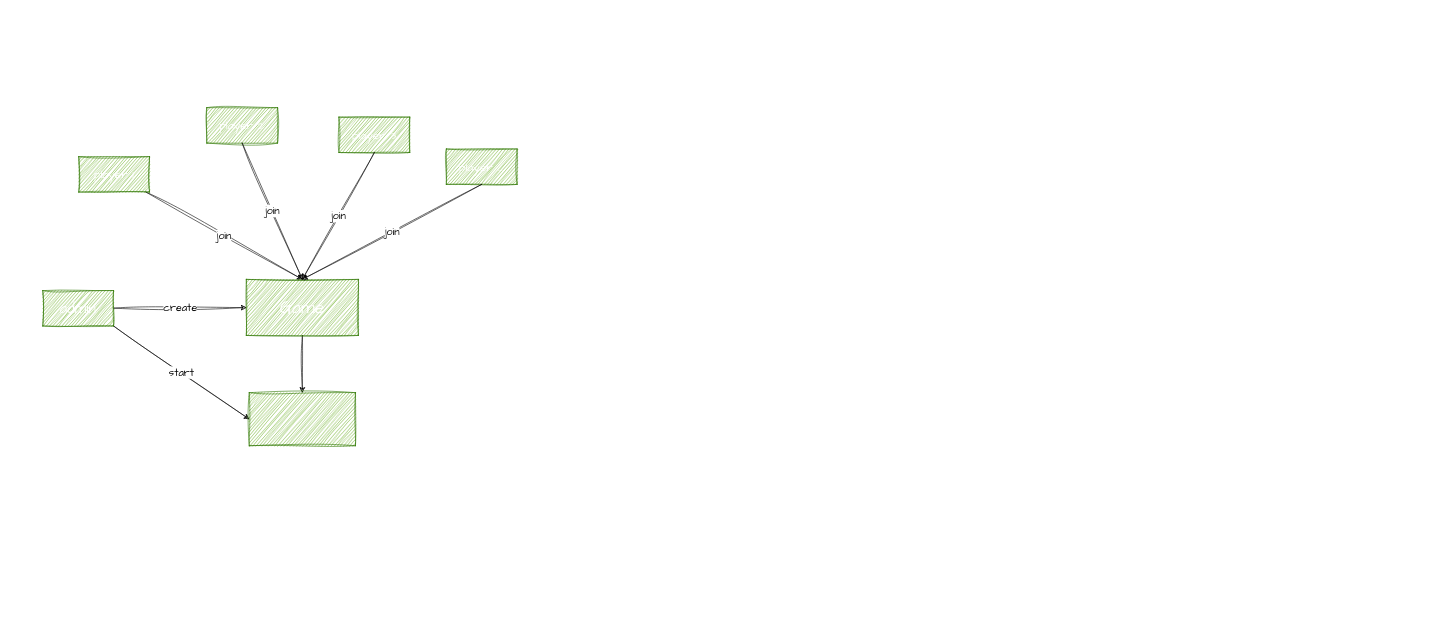
Before: structure.drawio in hoanganh-ng/myhoot, a draw.io diagram. Source tidied: cells renumbered, new cells numbered last; positions are measured from the earlier drawing's top-left corner, leaving out a move shared by most shapes. Both pictures are drawn from the tidied source at 59%, with x=0, y=0 at pixel (42, 107).
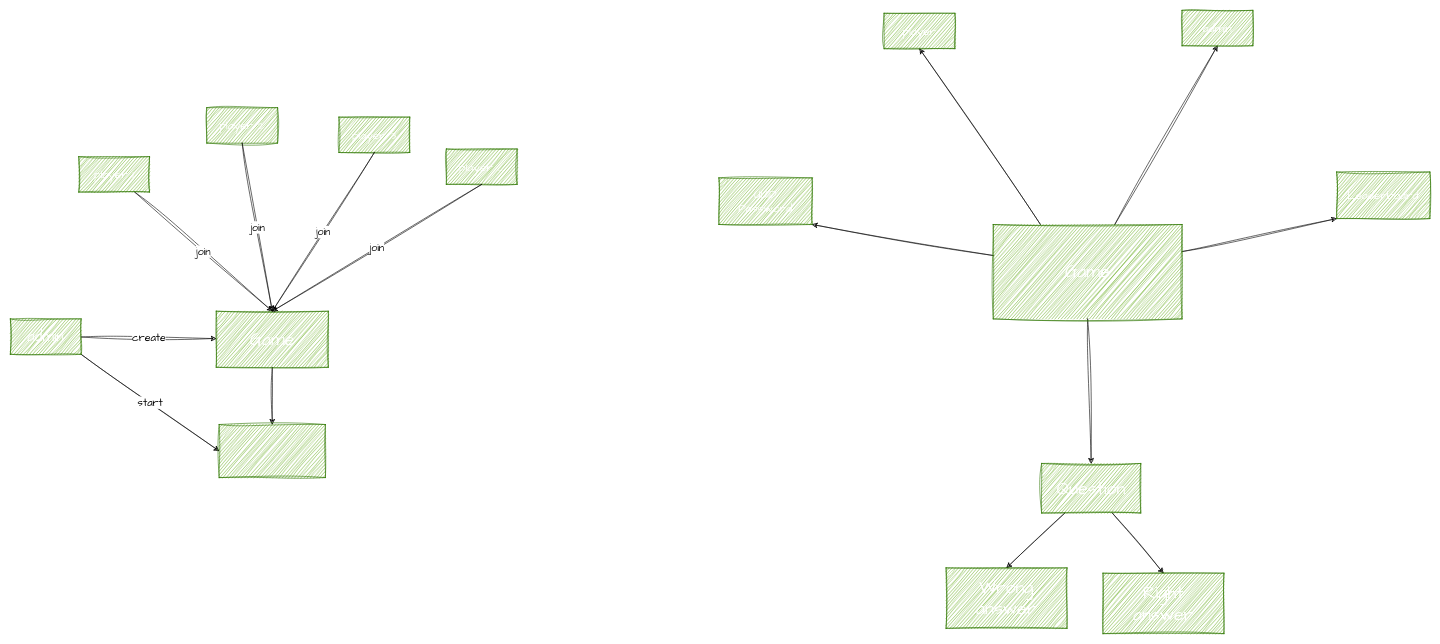
After the change.

Commit message:
adjust structure

What changed in the source:
```diff
@@
     <mxCell id="6" value="admin" style="rounded=0;whiteSpace=wrap;html=1;sketch=1;hachureGap=4;jiggle=2;curveFitting=1;fontFamily=Architects Daughter;fontSize=25;fillColor=#60a917;fontColor=#ffffff;strokeColor=#2D7600;" parent="1" vertex="1">
-      <mxGeometry y="310" width="120" height="60" as="geometry" />
+      <mxGeometry x="-55" y="358" width="120" height="60" as="geometry" />
     </mxCell>
@@
     <mxCell id="8" value="Game" style="rounded=0;whiteSpace=wrap;html=1;sketch=1;hachureGap=4;jiggle=2;curveFitting=1;fontFamily=Architects Daughter;fontSize=30;fillColor=#60a917;fontColor=#ffffff;strokeColor=#2D7600;" parent="1" vertex="1">
-      <mxGeometry x="345" y="291" width="190" height="95" as="geometry" />
+      <mxGeometry x="294" y="345" width="190" height="95" as="geometry" />
     </mxCell>
@@
     <mxCell id="15" style="whiteSpace=wrap;html=1;fontSize=30;fontFamily=Architects Daughter;fillColor=#60a917;strokeColor=#2D7600;fontColor=#ffffff;rounded=0;sketch=1;hachureGap=4;jiggle=2;curveFitting=1;" parent="1" vertex="1">
-      <mxGeometry x="350" y="483" width="180" height="90" as="geometry" />
+      <mxGeometry x="299" y="537" width="180" height="90" as="geometry" />
     </mxCell>
+    <mxCell id="16" style="edgeStyle=none;sketch=1;hachureGap=4;jiggle=2;curveFitting=1;html=1;exitX=0.5;exitY=1;exitDx=0;exitDy=0;entryX=0.5;entryY=0;entryDx=0;entryDy=0;fontFamily=Architects Daughter;fontSize=16;" parent="1" edge="1" source="21" target="24">
+      <mxGeometry relative="1" as="geometry" />
+    </mxCell>
+    <mxCell id="17" style="edgeStyle=none;sketch=1;hachureGap=4;jiggle=2;curveFitting=1;html=1;exitX=0.25;exitY=0;exitDx=0;exitDy=0;entryX=0.5;entryY=1;entryDx=0;entryDy=0;fontFamily=Architects Daughter;fontSize=16;" parent="1" edge="1" source="21" target="27">
+      <mxGeometry relative="1" as="geometry" />
+    </mxCell>
+    <mxCell id="18" style="edgeStyle=none;sketch=1;hachureGap=4;jiggle=2;curveFitting=1;html=1;entryX=0.5;entryY=1;entryDx=0;entryDy=0;fontFamily=Architects Daughter;fontSize=16;" parent="1" edge="1" source="21" target="28">
+      <mxGeometry relative="1" as="geometry" />
+    </mxCell>
+    <mxCell id="19" style="edgeStyle=none;sketch=1;hachureGap=4;jiggle=2;curveFitting=1;html=1;entryX=0;entryY=1;entryDx=0;entryDy=0;fontFamily=Architects Daughter;fontSize=16;" parent="1" edge="1" source="21" target="29">
+      <mxGeometry relative="1" as="geometry" />
+    </mxCell>
+    <mxCell id="20" style="edgeStyle=none;sketch=1;hachureGap=4;jiggle=2;curveFitting=1;html=1;entryX=1;entryY=1;entryDx=0;entryDy=0;fontFamily=Architects Daughter;fontSize=16;" parent="1" edge="1" source="21" target="30">
+      <mxGeometry relative="1" as="geometry" />
+    </mxCell>
+    <mxCell id="21" value="Game" style="rounded=0;whiteSpace=wrap;html=1;sketch=1;hachureGap=4;jiggle=2;curveFitting=1;fontFamily=Architects Daughter;fontSize=30;fillColor=#60a917;fontColor=#ffffff;strokeColor=#2D7600;" parent="1" vertex="1">
+      <mxGeometry x="1611" y="198" width="320" height="160" as="geometry" />
+    </mxCell>
+    <mxCell id="22" style="edgeStyle=none;sketch=1;hachureGap=4;jiggle=2;curveFitting=1;html=1;entryX=0.5;entryY=0;entryDx=0;entryDy=0;fontFamily=Architects Daughter;fontSize=16;" parent="1" edge="1" source="24" target="25">
+      <mxGeometry relative="1" as="geometry" />
+    </mxCell>
+    <mxCell id="23" style="edgeStyle=none;sketch=1;hachureGap=4;jiggle=2;curveFitting=1;html=1;entryX=0.5;entryY=0;entryDx=0;entryDy=0;fontFamily=Architects Daughter;fontSize=16;" parent="1" edge="1" source="24" target="26">
+      <mxGeometry relative="1" as="geometry" />
+    </mxCell>
+    <mxCell id="24" value="Question" style="rounded=0;whiteSpace=wrap;html=1;sketch=1;hachureGap=4;jiggle=2;curveFitting=1;fontFamily=Architects Daughter;fontSize=30;fillColor=#60a917;fontColor=#ffffff;strokeColor=#2D7600;" parent="1" vertex="1">
+      <mxGeometry x="1693" y="603" width="168" height="84" as="geometry" />
+    </mxCell>
+    <mxCell id="25" value="Wrong&lt;br&gt;answer" style="rounded=0;whiteSpace=wrap;html=1;sketch=1;hachureGap=4;jiggle=2;curveFitting=1;fontFamily=Architects Daughter;fontSize=30;fillColor=#60a917;fontColor=#ffffff;strokeColor=#2D7600;" parent="1" vertex="1">
+      <mxGeometry x="1531" y="780" width="205" height="102.5" as="geometry" />
+    </mxCell>
+    <mxCell id="26" value="Right&lt;br&gt;answer" style="rounded=0;whiteSpace=wrap;html=1;sketch=1;hachureGap=4;jiggle=2;curveFitting=1;fontFamily=Architects Daughter;fontSize=30;fillColor=#60a917;fontColor=#ffffff;strokeColor=#2D7600;" parent="1" vertex="1">
+      <mxGeometry x="1797" y="789" width="205" height="102.5" as="geometry" />
+    </mxCell>
+    <mxCell id="27" value="player" style="rounded=0;whiteSpace=wrap;html=1;sketch=1;hachureGap=4;jiggle=2;curveFitting=1;fontFamily=Architects Daughter;fontSize=20;fillColor=#60a917;fontColor=#ffffff;strokeColor=#2D7600;" parent="1" vertex="1">
+      <mxGeometry x="1426" y="-160" width="120" height="60" as="geometry" />
+    </mxCell>
+    <mxCell id="28" value="admin" style="rounded=0;whiteSpace=wrap;html=1;sketch=1;hachureGap=4;jiggle=2;curveFitting=1;fontFamily=Architects Daughter;fontSize=20;fillColor=#60a917;fontColor=#ffffff;strokeColor=#2D7600;" parent="1" vertex="1">
+      <mxGeometry x="1931" y="-165" width="120" height="60" as="geometry" />
+    </mxCell>
+    <mxCell id="29" value="Leaderboard" style="rounded=0;whiteSpace=wrap;html=1;sketch=1;hachureGap=4;jiggle=2;curveFitting=1;fontFamily=Architects Daughter;fontSize=20;fillColor=#60a917;fontColor=#ffffff;strokeColor=#2D7600;" parent="1" vertex="1">
+      <mxGeometry x="2193" y="109" width="158" height="79" as="geometry" />
+    </mxCell>
+    <mxCell id="30" value="UUID&lt;br&gt;Password" style="rounded=0;whiteSpace=wrap;html=1;sketch=1;hachureGap=4;jiggle=2;curveFitting=1;fontFamily=Architects Daughter;fontSize=20;fillColor=#60a917;fontColor=#ffffff;strokeColor=#2D7600;" parent="1" vertex="1">
+      <mxGeometry x="1146" y="119" width="158" height="79" as="geometry" />
+    </mxCell>
```
